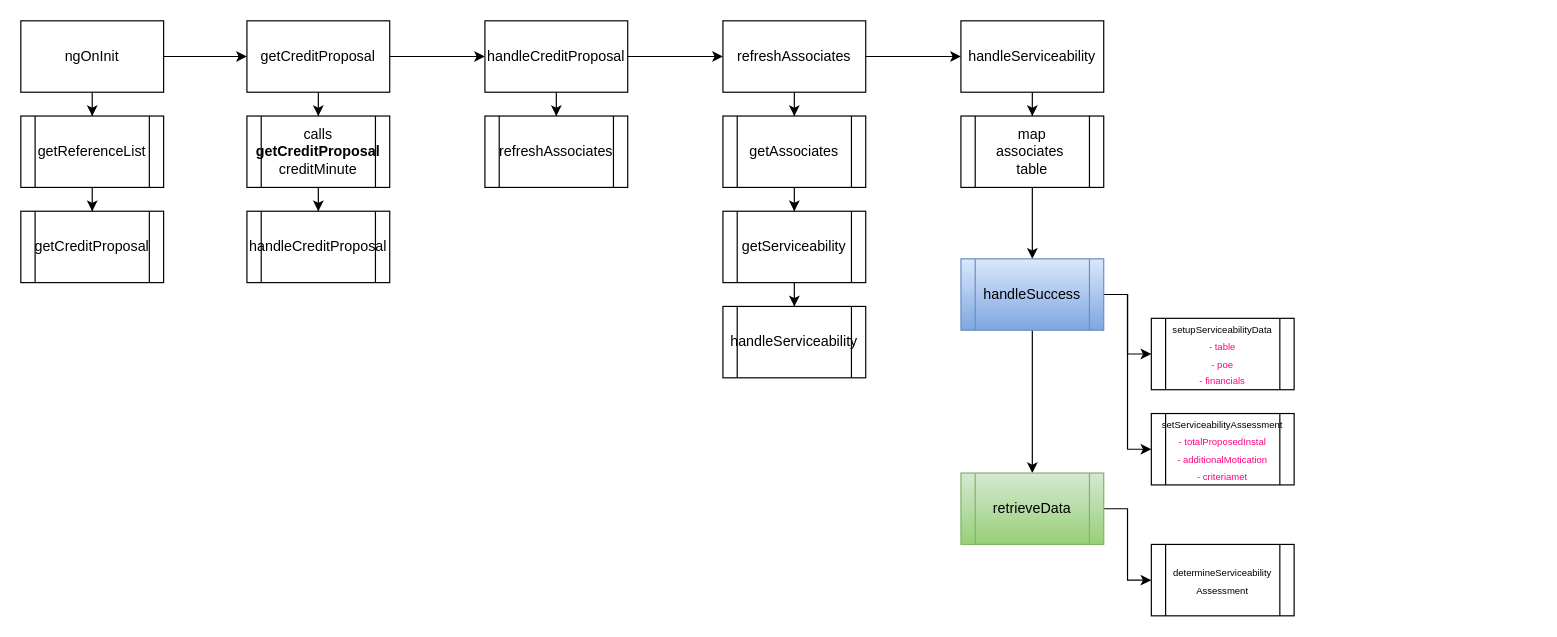
Above: Untitled Diagram.drawio in Que2701/code-flow (draw.io), before the change. Source tidied: cells renumbered, new cells numbered last; positions are measured from the earlier drawing's top-left corner, leaving out a move shared by most shapes. Both pictures are drawn from the tidied source at 119%, with x=0, y=0 at pixel (20, 20).
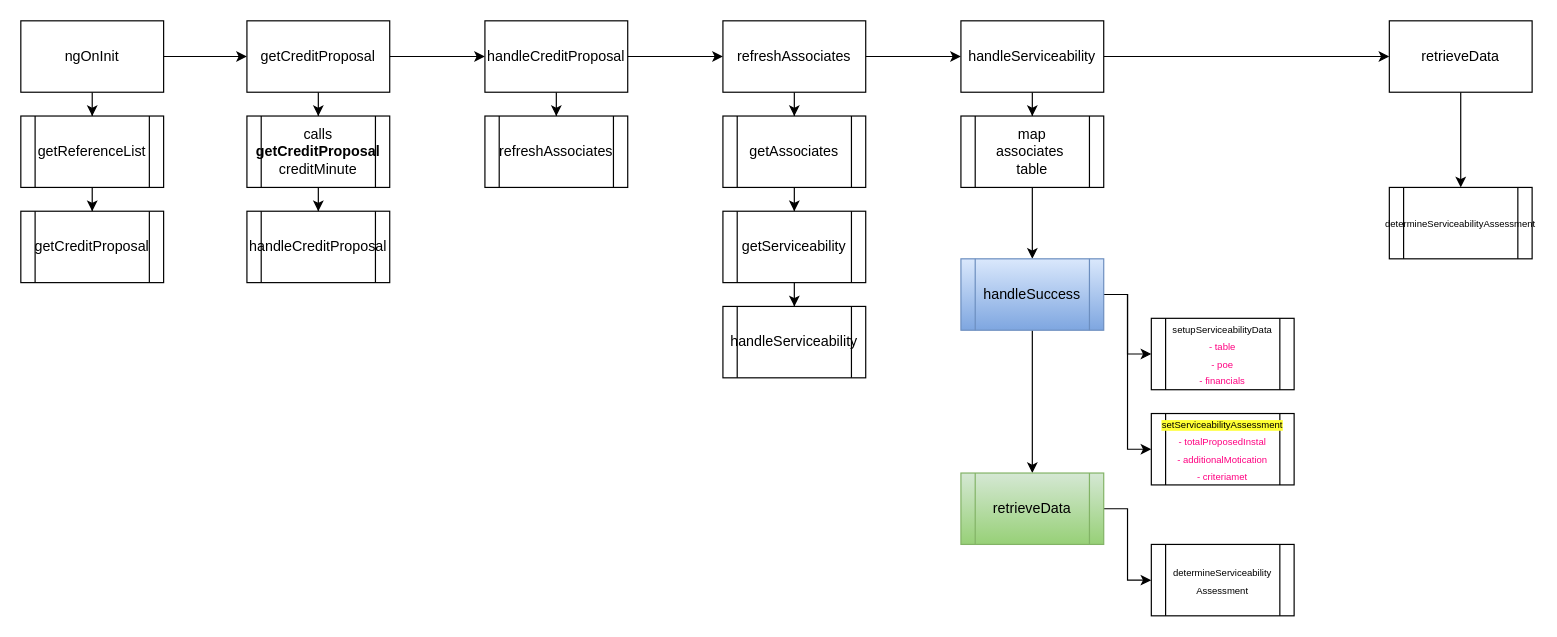
The same page after the edit.

Unchanged cells that the change refers to:
```xml
<mxCell id="26" value="handleServiceability" style="whiteSpace=wrap;html=1;rounded=0;" parent="1" vertex="1">
  <mxGeometry x="790" width="120" height="60" as="geometry" />
</mxCell>
```

What changed in the source:
```diff
@@
+    <mxCell id="39" style="edgeStyle=orthogonalEdgeStyle;rounded=0;jettySize=auto;html=1;" parent="1" edge="1" source="26" target="41">
+      <mxGeometry relative="1" as="geometry" />
+    </mxCell>
@@
-    <mxCell id="37" value="&lt;font style=&quot;font-size: 8px;&quot;&gt;setServiceabilityAssessment&lt;br&gt;&lt;font color=&quot;#ff0080&quot;&gt;- totalProposedInstal&lt;br&gt;- additionalMotication&lt;br&gt;- criteriamet&lt;/font&gt;&lt;br&gt;&lt;/font&gt;" style="shape=process;whiteSpace=wrap;html=1;backgroundOutline=1;rounded=0;" parent="1" vertex="1">
+    <mxCell id="37" value="&lt;font style=&quot;font-size: 8px;&quot;&gt;&lt;span style=&quot;background-color: rgb(255, 255, 51);&quot;&gt;setServiceabilityAssessment&lt;/span&gt;&lt;br&gt;&lt;font color=&quot;#ff0080&quot;&gt;- totalProposedInstal&lt;br&gt;- additionalMotication&lt;br&gt;- criteriamet&lt;/font&gt;&lt;br&gt;&lt;/font&gt;" style="shape=process;whiteSpace=wrap;html=1;backgroundOutline=1;rounded=0;" parent="1" vertex="1">
       <mxGeometry x="950" y="330" width="120" height="60" as="geometry" />
     </mxCell>
@@
+    <mxCell id="40" style="edgeStyle=orthogonalEdgeStyle;rounded=0;jettySize=auto;html=1;" parent="1" edge="1" source="41" target="42">
+      <mxGeometry relative="1" as="geometry" />
+    </mxCell>
+    <mxCell id="41" value="retrieveData" style="whiteSpace=wrap;html=1;rounded=0;" parent="1" vertex="1">
+      <mxGeometry x="1150" width="120" height="60" as="geometry" />
+    </mxCell>
+    <mxCell id="42" value="&lt;font style=&quot;font-size: 8px;&quot;&gt;determineServiceabilityAssessment&lt;/font&gt;" style="shape=process;whiteSpace=wrap;html=1;backgroundOutline=1;rounded=0;" parent="1" vertex="1">
+      <mxGeometry x="1150" y="140" width="120" height="60" as="geometry" />
+    </mxCell>
```
